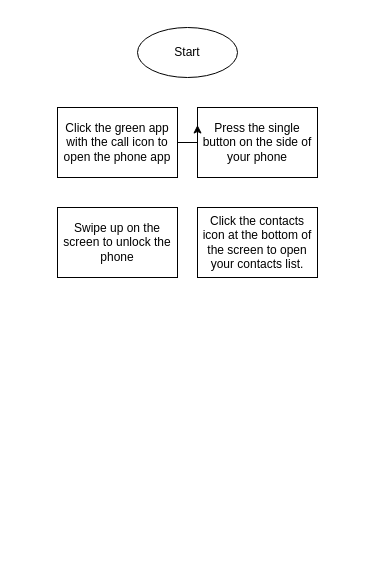
Above: Untitled Diagram.drawio in Lyn-A/Flowcharts (draw.io), before the change. Source tidied: cells renumbered, new cells numbered last; positions are measured from the earlier drawing's top-left corner, leaving out a move shared by most shapes. Both pictures are drawn from the tidied source at 100%, with x=0, y=0 at pixel (57, 27).
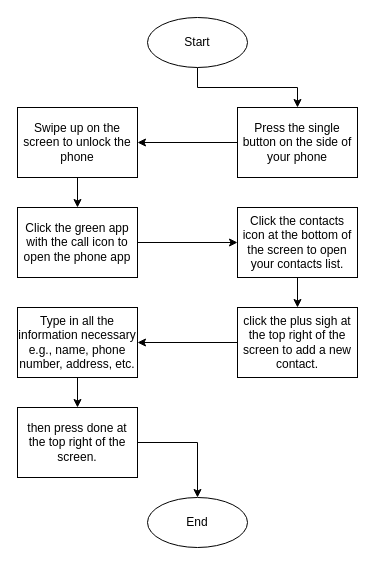
The same diagram, later.

What changed in the source:
```diff
@@
 <mxGraphModel>
   <root>
     <mxCell id="0" />
     <mxCell id="1" parent="0" />
+    <mxCell id="8" style="edgeStyle=orthogonalEdgeStyle;rounded=0;jettySize=auto;html=1;" parent="1" edge="1" source="2" target="3">
+      <mxGeometry relative="1" as="geometry" />
+    </mxCell>
     <mxCell id="2" value="Start" style="ellipse;whiteSpace=wrap;html=1;" parent="1" vertex="1">
-      <mxGeometry x="80" width="100" height="50" as="geometry" />
+      <mxGeometry x="90" y="-10" width="100" height="50" as="geometry" />
     </mxCell>
+    <mxCell id="9" style="edgeStyle=orthogonalEdgeStyle;rounded=0;jettySize=auto;html=1;" parent="1" edge="1" source="3" target="4">
+      <mxGeometry relative="1" as="geometry" />
+    </mxCell>
     <mxCell id="3" value="Press the single button on the side of your phone" style="rounded=0;whiteSpace=wrap;html=1;" parent="1" vertex="1">
-      <mxGeometry x="140" y="80" width="120" height="70" as="geometry" />
+      <mxGeometry x="180" y="80" width="120" height="70" as="geometry" />
     </mxCell>
+    <mxCell id="10" style="edgeStyle=orthogonalEdgeStyle;rounded=0;jettySize=auto;html=1;" parent="1" edge="1" source="4" target="6">
+      <mxGeometry relative="1" as="geometry" />
+    </mxCell>
     <mxCell id="4" value="Swipe up on the screen to unlock the phone" style="rounded=0;whiteSpace=wrap;html=1;direction=south;" parent="1" vertex="1">
-      <mxGeometry y="180" width="120" height="70" as="geometry" />
+      <mxGeometry x="-40" y="80" width="120" height="70" as="geometry" />
     </mxCell>
-    <mxCell id="5" style="edgeStyle=orthogonalEdgeStyle;rounded=0;jettySize=auto;html=1;entryX=0;entryY=0.25;entryDx=0;entryDy=0;" parent="1" edge="1" source="6" target="3">
-      <mxGeometry relative="1" as="geometry" />
-    </mxCell>
+    <mxCell id="11" style="edgeStyle=orthogonalEdgeStyle;rounded=0;jettySize=auto;html=1;" parent="1" edge="1" source="6" target="7">
+      <mxGeometry relative="1" as="geometry" />
+    </mxCell>
     <mxCell id="6" value="Click the green app with the call icon to open the phone app" style="rounded=0;whiteSpace=wrap;html=1;" parent="1" vertex="1">
-      <mxGeometry y="80" width="120" height="70" as="geometry" />
+      <mxGeometry x="-40" y="180" width="120" height="70" as="geometry" />
     </mxCell>
+    <mxCell id="12" style="edgeStyle=orthogonalEdgeStyle;rounded=0;jettySize=auto;html=1;" parent="1" edge="1" source="7" target="14">
+      <mxGeometry relative="1" as="geometry" />
+    </mxCell>
     <mxCell id="7" value="Click the contacts icon at the bottom of the screen to open your contacts list." style="rounded=0;whiteSpace=wrap;html=1;" parent="1" vertex="1">
-      <mxGeometry x="140" y="180" width="120" height="70" as="geometry" />
+      <mxGeometry x="180" y="180" width="120" height="70" as="geometry" />
     </mxCell>
+    <mxCell id="13" style="edgeStyle=orthogonalEdgeStyle;rounded=0;jettySize=auto;html=1;" parent="1" edge="1" source="14" target="16">
+      <mxGeometry relative="1" as="geometry" />
+    </mxCell>
+    <mxCell id="14" value="click the plus sigh at the top right of the screen to add a new contact." style="rounded=0;whiteSpace=wrap;html=1;" parent="1" vertex="1">
+      <mxGeometry x="180" y="280" width="120" height="70" as="geometry" />
+    </mxCell>
+    <mxCell id="15" style="edgeStyle=orthogonalEdgeStyle;rounded=0;jettySize=auto;html=1;" parent="1" edge="1" source="16" target="18">
+      <mxGeometry relative="1" as="geometry" />
+    </mxCell>
+    <mxCell id="16" value="Type in all the information necessary&lt;br&gt;e.g., name, phone number, address, etc." style="rounded=0;whiteSpace=wrap;html=1;" parent="1" vertex="1">
+      <mxGeometry x="-40" y="280" width="120" height="70" as="geometry" />
+    </mxCell>
+    <mxCell id="17" style="edgeStyle=orthogonalEdgeStyle;rounded=0;jettySize=auto;html=1;" parent="1" edge="1" source="18" target="19">
+      <mxGeometry relative="1" as="geometry" />
+    </mxCell>
+    <mxCell id="18" value="then press done at the top right of the screen." style="rounded=0;whiteSpace=wrap;html=1;" parent="1" vertex="1">
+      <mxGeometry x="-40" y="380" width="120" height="70" as="geometry" />
+    </mxCell>
+    <mxCell id="19" value="End" style="ellipse;whiteSpace=wrap;html=1;" parent="1" vertex="1">
+      <mxGeometry x="90" y="470" width="100" height="50" as="geometry" />
+    </mxCell>
   </root>
 </mxGraphModel>
```
